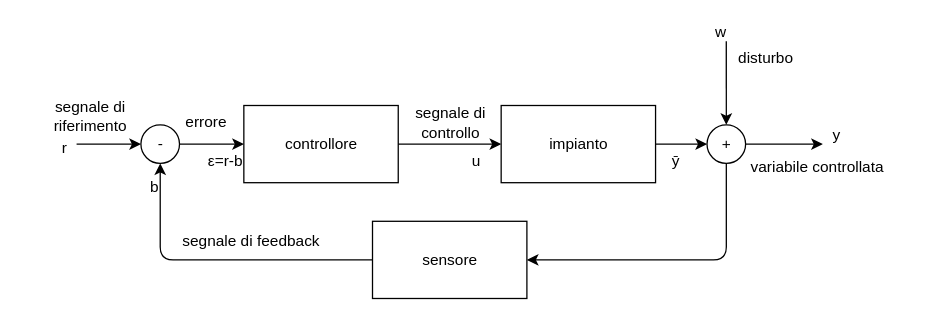
Earlier version of the draw.io export content/file/media public/controlloinfeedback.svg (learningDane/uninotes). Source tidied: cells renumbered, new cells last; positions are measured from the earlier drawing's top-left corner, leaving out a move shared by most shapes.
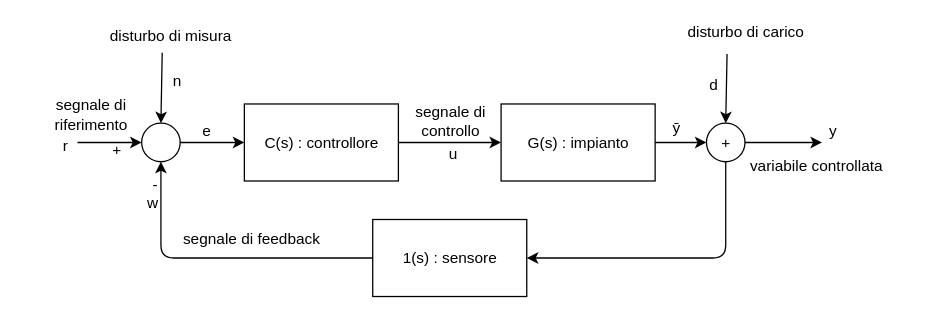
Above is the later version.

What changed in the source:
```diff
@@ -2,13 +2,13 @@
   <root>
     <mxCell id="0" />
     <mxCell id="1" parent="0" />
-    <mxCell id="2" value="controllore" style="rounded=0;whiteSpace=wrap;html=1;" parent="1" vertex="1">
+    <mxCell id="2" value="C(s) : controllore" style="rounded=0;whiteSpace=wrap;html=1;" parent="1" vertex="1">
       <mxGeometry x="160" y="72" width="120" height="60" as="geometry" />
     </mxCell>
-    <mxCell id="3" value="impianto" style="rounded=0;whiteSpace=wrap;html=1;" parent="1" vertex="1">
+    <mxCell id="3" value="G(s) : impianto" style="rounded=0;whiteSpace=wrap;html=1;" parent="1" vertex="1">
       <mxGeometry x="360" y="72" width="120" height="60" as="geometry" />
     </mxCell>
-    <mxCell id="4" value="sensore" style="rounded=0;whiteSpace=wrap;html=1;" parent="1" vertex="1">
+    <mxCell id="4" value="1(s) : sensore" style="rounded=0;whiteSpace=wrap;html=1;" parent="1" vertex="1">
       <mxGeometry x="260" y="162" width="120" height="60" as="geometry" />
     </mxCell>
     <mxCell id="5" style="endArrow=classic;html=1;entryX=0;entryY=0.5;entryDx=0;entryDy=0;" parent="1" edge="1" target="3">
@@ -16,7 +16,7 @@
         <mxPoint x="280" y="102" as="sourcePoint" />
       </mxGeometry>
     </mxCell>
-    <mxCell id="6" value="-" style="ellipse;whiteSpace=wrap;html=1;" parent="1" vertex="1">
+    <mxCell id="6" style="ellipse;whiteSpace=wrap;html=1;" parent="1" vertex="1">
       <mxGeometry x="80" y="87" width="30" height="30" as="geometry" />
     </mxCell>
     <mxCell id="7" value="+" style="ellipse;whiteSpace=wrap;html=1;" parent="1" vertex="1">
@@ -32,8 +32,8 @@
         <mxPoint x="110" y="102" as="sourcePoint" />
       </mxGeometry>
     </mxCell>
-    <mxCell id="10" value="errore" style="text;html=1;align=center;verticalAlign=middle;strokeColor=none;fillColor=none;" parent="1" vertex="1">
-      <mxGeometry x="100" y="70" width="60" height="30" as="geometry" />
+    <mxCell id="10" value="&lt;br&gt;e" style="text;html=1;align=center;verticalAlign=middle;strokeColor=none;fillColor=none;" parent="1" vertex="1">
+      <mxGeometry x="115" y="65" width="30" height="40" as="geometry" />
     </mxCell>
     <mxCell id="11" value="segnale di &lt;br&gt;controllo" style="text;html=1;align=center;verticalAlign=middle;strokeColor=none;fillColor=none;" parent="1" vertex="1">
       <mxGeometry x="280" y="65" width="80" height="40" as="geometry" />
@@ -52,11 +52,13 @@
     <mxCell id="14" value="variabile controllata" style="text;html=1;align=center;verticalAlign=middle;strokeColor=none;fillColor=none;" parent="1" vertex="1">
       <mxGeometry x="540" y="105" width="130" height="30" as="geometry" />
     </mxCell>
-    <mxCell id="15" style="endArrow=classic;html=1;entryX=0.5;entryY=0;entryDx=0;entryDy=0;exitX=0.071;exitY=0.067;exitDx=0;exitDy=0;exitPerimeter=0;" parent="1" edge="1" source="16" target="7">
-      <mxGeometry relative="1" as="geometry" />
+    <mxCell id="15" style="endArrow=classic;html=1;exitX=0.373;exitY=1.067;exitDx=0;exitDy=0;exitPerimeter=0;" parent="1" edge="1" source="16">
+      <mxGeometry relative="1" as="geometry">
+        <mxPoint x="535" y="87" as="targetPoint" />
+      </mxGeometry>
     </mxCell>
-    <mxCell id="16" value="disturbo" style="text;html=1;align=center;verticalAlign=middle;points=[];strokeColor=none;fillColor=none;" parent="1" vertex="1">
-      <mxGeometry x="530" y="20" width="70" height="30" as="geometry" />
+    <mxCell id="16" value="disturbo di carico" style="text;html=1;align=center;verticalAlign=middle;points=[];strokeColor=none;fillColor=none;" parent="1" vertex="1">
+      <mxGeometry x="495" y="1" width="110" height="30" as="geometry" />
     </mxCell>
     <mxCell id="17" style="endArrow=classic;html=1;exitX=0.5;exitY=1;exitDx=0;exitDy=0;entryX=1;entryY=0.5;entryDx=0;entryDy=0;" parent="1" edge="1" source="7" target="4">
       <mxGeometry relative="1" as="geometry">
@@ -79,26 +81,40 @@
     <mxCell id="20" value="segnale di feedback" style="text;html=1;align=center;verticalAlign=middle;strokeColor=none;fillColor=none;" parent="1" vertex="1">
       <mxGeometry x="100" y="162" width="130" height="30" as="geometry" />
     </mxCell>
-    <mxCell id="21" value="w" style="text;html=1;align=center;verticalAlign=middle;strokeColor=none;fillColor=none;" parent="1" vertex="1">
-      <mxGeometry x="515" width="30" height="30" as="geometry" />
+    <mxCell id="21" value="d" style="text;html=1;align=center;verticalAlign=middle;strokeColor=none;fillColor=none;" parent="1" vertex="1">
+      <mxGeometry x="510" y="42" width="30" height="30" as="geometry" />
     </mxCell>
     <mxCell id="22" value="y" style="text;html=1;align=center;verticalAlign=middle;strokeColor=none;fillColor=none;" parent="1" vertex="1">
-      <mxGeometry x="605" y="80" width="30" height="30" as="geometry" />
+      <mxGeometry x="603" y="78" width="30" height="30" as="geometry" />
     </mxCell>
     <mxCell id="23" value="r" style="text;html=1;align=center;verticalAlign=middle;strokeColor=none;fillColor=none;" parent="1" vertex="1">
       <mxGeometry x="5" y="90" width="30" height="30" as="geometry" />
     </mxCell>
     <mxCell id="24" value="u" style="text;html=1;align=center;verticalAlign=middle;strokeColor=none;fillColor=none;" parent="1" vertex="1">
-      <mxGeometry x="325" y="100" width="30" height="30" as="geometry" />
+      <mxGeometry x="307" y="96" width="30" height="30" as="geometry" />
     </mxCell>
-    <mxCell id="25" value="ε=r-b" style="text;html=1;align=center;verticalAlign=middle;strokeColor=none;fillColor=none;" parent="1" vertex="1">
-      <mxGeometry x="120" y="100" width="50" height="30" as="geometry" />
-    </mxCell>
-    <mxCell id="26" value="b" style="text;html=1;align=center;verticalAlign=middle;strokeColor=none;fillColor=none;" parent="1" vertex="1">
+    <mxCell id="26" value="-" style="text;html=1;align=center;verticalAlign=middle;strokeColor=none;fillColor=none;" parent="1" vertex="1">
       <mxGeometry x="75" y="120" width="30" height="30" as="geometry" />
     </mxCell>
     <mxCell id="27" value="ȳ" style="text;html=1;align=center;verticalAlign=middle;strokeColor=none;fillColor=none;" parent="1" vertex="1">
-      <mxGeometry x="480" y="100" width="30" height="30" as="geometry" />
+      <mxGeometry x="481" y="76" width="30" height="30" as="geometry" />
     </mxCell>
+    <mxCell id="28" value="+" style="text;html=1;align=center;verticalAlign=middle;strokeColor=none;fillColor=none;" parent="1" vertex="1">
+      <mxGeometry x="45" y="93" width="30" height="30" as="geometry" />
+    </mxCell>
+    <mxCell id="29" style="endArrow=classic;html=1;entryX=0.5;entryY=0;entryDx=0;entryDy=0;" parent="1" edge="1" target="6">
+      <mxGeometry relative="1" as="geometry">
+        <mxPoint x="96" y="32" as="sourcePoint" />
+      </mxGeometry>
+    </mxCell>
+    <mxCell id="30" value="disturbo di misura" style="text;html=1;align=center;verticalAlign=middle;strokeColor=none;fillColor=none;" parent="1" vertex="1">
+      <mxGeometry x="42" y="4" width="120" height="30" as="geometry" />
+    </mxCell>
+    <mxCell id="31" value="n" style="text;html=1;align=center;verticalAlign=middle;strokeColor=none;fillColor=none;" parent="1" vertex="1">
+      <mxGeometry x="92" y="39" width="30" height="30" as="geometry" />
+    </mxCell>
+    <mxCell id="32" value="w" style="text;html=1;align=center;verticalAlign=middle;strokeColor=none;fillColor=none;" parent="1" vertex="1">
+      <mxGeometry x="73" y="134" width="30" height="30" as="geometry" />
+    </mxCell>
   </root>
 </mxGraphModel>
```
